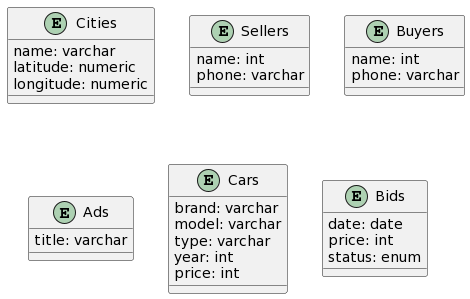
This is diagram/images/entities-attributes.png from thujuli/car-dealer-db, a PlantUML export, as it was before one commit.
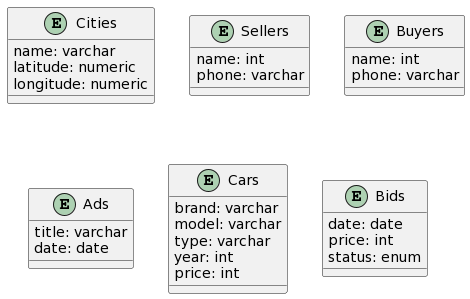
The same diagram one commit later.

Commit message:
added a date column in ads tabel

Change to the diagram source:
```diff
@@ -14,6 +14,7 @@
 }
 entity Ads{
     title: varchar
+    date: date
 }
 entity Cars{
     brand: varchar
```
